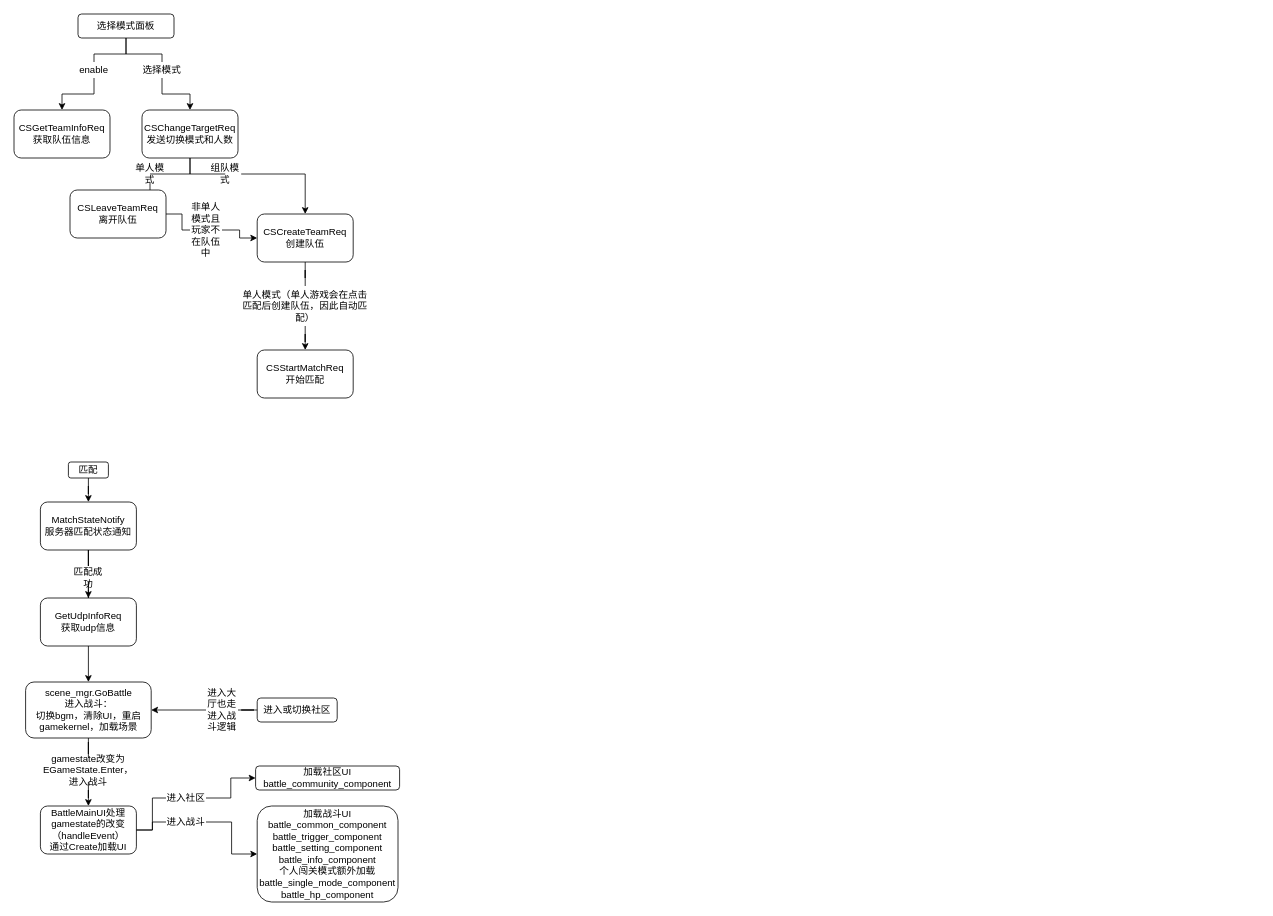
This is Untitled Diagram.drawio from ultramanseven/1185441734, a draw.io file, before an edit. Source tidied: cells renumbered, new cells numbered last; positions are measured from the earlier drawing's top-left corner, leaving out a move shared by most shapes. Both pictures are drawn from the tidied source at 80%, with x=0, y=0 at pixel (14, 14).
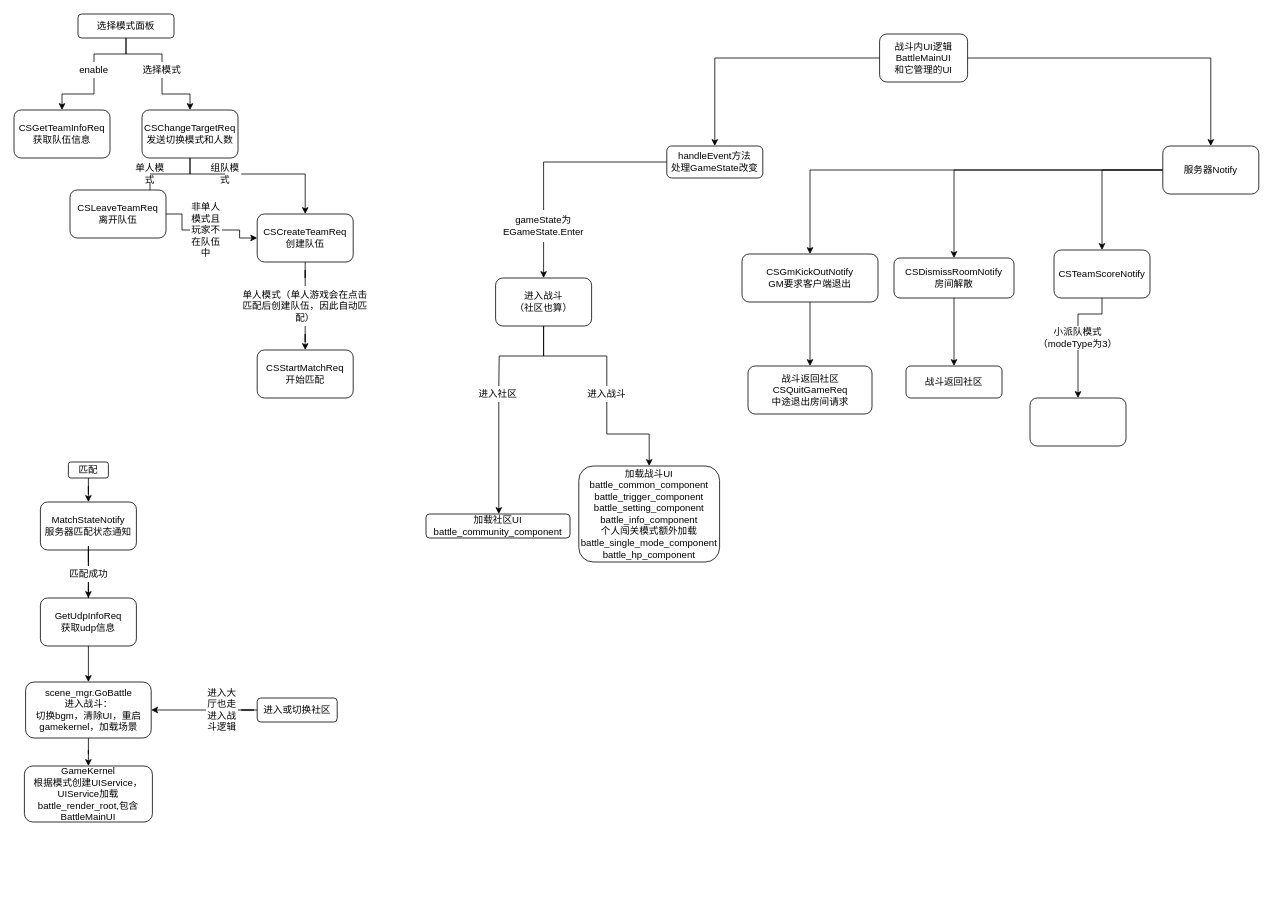
The same diagram, later.

Unchanged cells that the change refers to:
```xml
<mxCell id="35" value="scene_mgr.GoBattle&lt;br&gt;进入战斗：&lt;br&gt;切换bgm，清除UI，重启gamekernel，加载场景" style="rounded=1;whiteSpace=wrap;html=1;" parent="1" vertex="1">
  <mxGeometry x="14.5" y="835" width="157" height="70" as="geometry" />
</mxCell>
```

Change to the diagram source:
```diff
@@
     <mxCell id="28" value="匹配成功" style="text;html=1;strokeColor=none;fillColor=none;align=center;verticalAlign=middle;whiteSpace=wrap;rounded=0;" parent="1" vertex="1">
-      <mxGeometry x="73" y="690" width="40" height="30" as="geometry" />
+      <mxGeometry x="64.5" y="685" width="57" height="30" as="geometry" />
     </mxCell>
@@
-    <mxCell id="34" style="edgeStyle=orthogonalEdgeStyle;rounded=0;jettySize=auto;html=1;entryX=0.5;entryY=0;entryDx=0;entryDy=0;startArrow=none;" parent="1" edge="1" source="43" target="42">
-      <mxGeometry relative="1" as="geometry" />
-    </mxCell>
+    <mxCell id="51" style="edgeStyle=orthogonalEdgeStyle;rounded=0;jettySize=auto;html=1;entryX=0.5;entryY=0;entryDx=0;entryDy=0;" parent="1" edge="1" source="35" target="42">
+      <mxGeometry relative="1" as="geometry" />
+    </mxCell>
@@
-    <mxCell id="40" style="edgeStyle=orthogonalEdgeStyle;rounded=0;jettySize=auto;html=1;entryX=0;entryY=0.5;entryDx=0;entryDy=0;startArrow=none;" parent="1" edge="1" source="46" target="45">
-      <mxGeometry relative="1" as="geometry" />
-    </mxCell>
+    <mxCell id="42" value="GameKernel&lt;br&gt;根据模式创建UIService，&lt;br&gt;UIService加载&lt;br&gt;battle_render_root,包含BattleMainUI" style="rounded=1;whiteSpace=wrap;html=1;" parent="1" vertex="1">
+      <mxGeometry x="13" y="940" width="160" height="70" as="geometry" />
+    </mxCell>
+    <mxCell id="45" value="加载社区UI&lt;br&gt;battle_community_component" style="rounded=1;whiteSpace=wrap;html=1;" parent="1" vertex="1">
+      <mxGeometry x="515" y="625" width="180" height="30" as="geometry" />
+    </mxCell>
+    <mxCell id="48" value="加载战斗UI&lt;br&gt;battle_common_component&lt;br&gt;battle_trigger_component&lt;br&gt;battle_setting_component&lt;br&gt;battle_info_component&lt;br&gt;个人闯关模式额外加载&lt;br&gt;battle_single_mode_component&lt;br&gt;battle_hp_component&lt;br&gt;" style="rounded=1;whiteSpace=wrap;html=1;" parent="1" vertex="1">
+      <mxGeometry x="706" y="565" width="176" height="120" as="geometry" />
+    </mxCell>
+    <mxCell id="52" style="edgeStyle=orthogonalEdgeStyle;rounded=0;jettySize=auto;html=1;" parent="1" edge="1" source="54" target="60">
+      <mxGeometry relative="1" as="geometry" />
+    </mxCell>
+    <mxCell id="53" style="edgeStyle=orthogonalEdgeStyle;rounded=0;jettySize=auto;html=1;" parent="1" edge="1" source="54" target="56">
+      <mxGeometry relative="1" as="geometry" />
+    </mxCell>
+    <mxCell id="54" value="战斗内UI逻辑&lt;br&gt;BattleMainUI&lt;br&gt;和它管理的UI" style="rounded=1;whiteSpace=wrap;html=1;" parent="1" vertex="1">
+      <mxGeometry x="1082" y="25" width="110" height="60" as="geometry" />
+    </mxCell>
+    <mxCell id="55" style="edgeStyle=orthogonalEdgeStyle;rounded=0;jettySize=auto;html=1;entryX=0.5;entryY=0;entryDx=0;entryDy=0;startArrow=none;" parent="1" edge="1" source="63" target="62">
+      <mxGeometry relative="1" as="geometry" />
+    </mxCell>
+    <mxCell id="56" value="handleEvent方法&lt;br&gt;处理GameState改变" style="rounded=1;whiteSpace=wrap;html=1;" parent="1" vertex="1">
+      <mxGeometry x="816" y="165" width="120" height="40" as="geometry" />
+    </mxCell>
+    <mxCell id="57" style="edgeStyle=orthogonalEdgeStyle;rounded=0;jettySize=auto;html=1;" parent="1" edge="1" source="60" target="68">
+      <mxGeometry relative="1" as="geometry" />
+    </mxCell>
+    <mxCell id="58" style="edgeStyle=orthogonalEdgeStyle;rounded=0;jettySize=auto;html=1;entryX=0.5;entryY=0;entryDx=0;entryDy=0;" parent="1" edge="1" source="60" target="71">
+      <mxGeometry relative="1" as="geometry" />
+    </mxCell>
+    <mxCell id="59" style="edgeStyle=orthogonalEdgeStyle;rounded=0;jettySize=auto;html=1;entryX=0.5;entryY=0;entryDx=0;entryDy=0;" parent="1" edge="1" source="60" target="74">
+      <mxGeometry relative="1" as="geometry" />
+    </mxCell>
+    <mxCell id="60" value="&lt;span&gt;服务器Notify&lt;/span&gt;" style="rounded=1;whiteSpace=wrap;html=1;" parent="1" vertex="1">
+      <mxGeometry x="1436" y="165" width="120" height="60" as="geometry" />
+    </mxCell>
+    <mxCell id="61" style="edgeStyle=orthogonalEdgeStyle;rounded=0;orthogonalLoop=1;jettySize=auto;html=1;startArrow=none;" parent="1" edge="1">
+      <mxGeometry relative="1" as="geometry">
+        <mxPoint x="606" y="485" as="sourcePoint" />
+        <mxPoint x="606" y="625" as="targetPoint" />
+      </mxGeometry>
+    </mxCell>
-    <mxCell id="41" style="edgeStyle=orthogonalEdgeStyle;rounded=0;jettySize=auto;html=1;entryX=0;entryY=0.5;entryDx=0;entryDy=0;startArrow=none;" parent="1" edge="1" source="49" target="48">
+    <mxCell id="41" style="edgeStyle=orthogonalEdgeStyle;rounded=0;jettySize=auto;html=1;startArrow=none;" parent="1" edge="1" source="49" target="48">
       <mxGeometry relative="1" as="geometry" />
     </mxCell>
-    <mxCell id="42" value="BattleMainUI处理gamestate的改变（handleEvent）&lt;br&gt;通过Create加载UI" style="rounded=1;whiteSpace=wrap;html=1;" parent="1" vertex="1">
-      <mxGeometry x="33" y="990" width="120" height="60" as="geometry" />
-    </mxCell>
-    <mxCell id="43" value="gamestate改变为EGameState.Enter，进入战斗" style="text;html=1;strokeColor=none;fillColor=none;align=center;verticalAlign=middle;whiteSpace=wrap;rounded=0;" parent="1" vertex="1">
-      <mxGeometry x="43" y="930" width="100" height="30" as="geometry" />
-    </mxCell>
-    <mxCell id="44" style="edgeStyle=orthogonalEdgeStyle;rounded=0;jettySize=auto;html=1;entryX=0.5;entryY=0;entryDx=0;entryDy=0;endArrow=none;" parent="1" edge="1" source="35" target="43">
-      <mxGeometry relative="1" as="geometry" />
-    </mxCell>
-    <mxCell id="45" value="加载社区UI&lt;br&gt;battle_community_component" style="rounded=1;whiteSpace=wrap;html=1;" parent="1" vertex="1">
-      <mxGeometry x="302" y="940" width="180" height="30" as="geometry" />
-    </mxCell>
+    <mxCell id="62" value="&lt;span&gt;进入战斗&lt;br&gt;（社区也算）&lt;/span&gt;" style="rounded=1;whiteSpace=wrap;html=1;" parent="1" vertex="1">
+      <mxGeometry x="602" y="330" width="120" height="60" as="geometry" />
+    </mxCell>
+    <mxCell id="63" value="gameState为EGameState.Enter" style="text;html=1;strokeColor=none;fillColor=none;align=center;verticalAlign=middle;whiteSpace=wrap;rounded=0;" parent="1" vertex="1">
+      <mxGeometry x="600" y="245" width="124" height="40" as="geometry" />
+    </mxCell>
+    <mxCell id="64" style="edgeStyle=orthogonalEdgeStyle;rounded=0;jettySize=auto;html=1;entryX=0.5;entryY=0;entryDx=0;entryDy=0;endArrow=none;" parent="1" edge="1" source="56" target="63">
+      <mxGeometry relative="1" as="geometry" />
+    </mxCell>
     <mxCell id="46" value="进入社区" style="text;html=1;strokeColor=none;fillColor=none;align=center;verticalAlign=middle;whiteSpace=wrap;rounded=0;" parent="1" vertex="1">
-      <mxGeometry x="190" y="970" width="50" height="20" as="geometry" />
+      <mxGeometry x="580" y="465" width="50" height="20" as="geometry" />
     </mxCell>
-    <mxCell id="47" style="edgeStyle=orthogonalEdgeStyle;rounded=0;jettySize=auto;html=1;entryX=0;entryY=0.5;entryDx=0;entryDy=0;endArrow=none;" parent="1" edge="1" source="42" target="46">
-      <mxGeometry relative="1" as="geometry" />
-    </mxCell>
-    <mxCell id="48" value="加载战斗UI&lt;br&gt;battle_common_component&lt;br&gt;battle_trigger_component&lt;br&gt;battle_setting_component&lt;br&gt;battle_info_component&lt;br&gt;个人闯关模式额外加载&lt;br&gt;battle_single_mode_component&lt;br&gt;battle_hp_component&lt;br&gt;" style="rounded=1;whiteSpace=wrap;html=1;" parent="1" vertex="1">
-      <mxGeometry x="304" y="990" width="176" height="120" as="geometry" />
-    </mxCell>
+    <mxCell id="65" style="edgeStyle=orthogonalEdgeStyle;rounded=0;jettySize=auto;html=1;entryX=0.5;entryY=0;entryDx=0;entryDy=0;endArrow=none;" parent="1" edge="1" source="62">
+      <mxGeometry relative="1" as="geometry">
+        <mxPoint x="606" y="465" as="targetPoint" />
+      </mxGeometry>
+    </mxCell>
     <mxCell id="49" value="进入战斗" style="text;html=1;strokeColor=none;fillColor=none;align=center;verticalAlign=middle;whiteSpace=wrap;rounded=0;" parent="1" vertex="1">
-      <mxGeometry x="190" y="1000" width="50" height="20" as="geometry" />
+      <mxGeometry x="716" y="465" width="50" height="20" as="geometry" />
     </mxCell>
-    <mxCell id="50" style="edgeStyle=orthogonalEdgeStyle;rounded=0;jettySize=auto;html=1;entryX=0;entryY=0.5;entryDx=0;entryDy=0;endArrow=none;" parent="1" edge="1" source="42" target="49">
-      <mxGeometry relative="1" as="geometry" />
-    </mxCell>
+    <mxCell id="66" style="edgeStyle=orthogonalEdgeStyle;rounded=0;jettySize=auto;html=1;endArrow=none;" parent="1" edge="1" source="62" target="49">
+      <mxGeometry relative="1" as="geometry" />
+    </mxCell>
+    <mxCell id="67" style="edgeStyle=orthogonalEdgeStyle;rounded=0;jettySize=auto;html=1;" parent="1" edge="1" source="68" target="69">
+      <mxGeometry relative="1" as="geometry" />
+    </mxCell>
+    <mxCell id="68" value="CSGmKickOutNotify&lt;br&gt;GM要求客户端退出" style="rounded=1;whiteSpace=wrap;html=1;" parent="1" vertex="1">
+      <mxGeometry x="910" y="300" width="170" height="60" as="geometry" />
+    </mxCell>
+    <mxCell id="69" value="战斗返回社区&lt;br&gt;CSQuitGameReq&lt;br&gt;中途退出房间请求" style="rounded=1;whiteSpace=wrap;html=1;" parent="1" vertex="1">
+      <mxGeometry x="917.5" y="440" width="155" height="60" as="geometry" />
+    </mxCell>
+    <mxCell id="70" style="edgeStyle=orthogonalEdgeStyle;rounded=0;jettySize=auto;html=1;entryX=0.5;entryY=0;entryDx=0;entryDy=0;" parent="1" edge="1" source="71" target="72">
+      <mxGeometry relative="1" as="geometry" />
+    </mxCell>
+    <mxCell id="71" value="CSDismissRoomNotify&lt;br&gt;房间解散" style="rounded=1;whiteSpace=wrap;html=1;" parent="1" vertex="1">
+      <mxGeometry x="1100" y="305" width="150" height="50" as="geometry" />
+    </mxCell>
+    <mxCell id="72" value="战斗返回社区" style="rounded=1;whiteSpace=wrap;html=1;" parent="1" vertex="1">
+      <mxGeometry x="1115" y="440" width="120" height="40" as="geometry" />
+    </mxCell>
+    <mxCell id="73" style="edgeStyle=orthogonalEdgeStyle;rounded=0;jettySize=auto;html=1;entryX=0.5;entryY=0;entryDx=0;entryDy=0;startArrow=none;" parent="1" edge="1" source="76" target="75">
+      <mxGeometry relative="1" as="geometry" />
+    </mxCell>
+    <mxCell id="74" value="CSTeamScoreNotify" style="rounded=1;whiteSpace=wrap;html=1;" parent="1" vertex="1">
+      <mxGeometry x="1300" y="295" width="120" height="60" as="geometry" />
+    </mxCell>
+    <mxCell id="75" style="rounded=1;whiteSpace=wrap;html=1;" parent="1" vertex="1">
+      <mxGeometry x="1270" y="480" width="120" height="60" as="geometry" />
+    </mxCell>
+    <mxCell id="76" value="小派队模式（modeType为3）" style="text;html=1;strokeColor=none;fillColor=none;align=center;verticalAlign=middle;whiteSpace=wrap;rounded=0;" parent="1" vertex="1">
+      <mxGeometry x="1275" y="390" width="110" height="30" as="geometry" />
+    </mxCell>
+    <mxCell id="77" style="edgeStyle=orthogonalEdgeStyle;rounded=0;jettySize=auto;html=1;entryX=0.5;entryY=0;entryDx=0;entryDy=0;endArrow=none;" parent="1" edge="1" source="74" target="76">
+      <mxGeometry relative="1" as="geometry" />
+    </mxCell>
```
